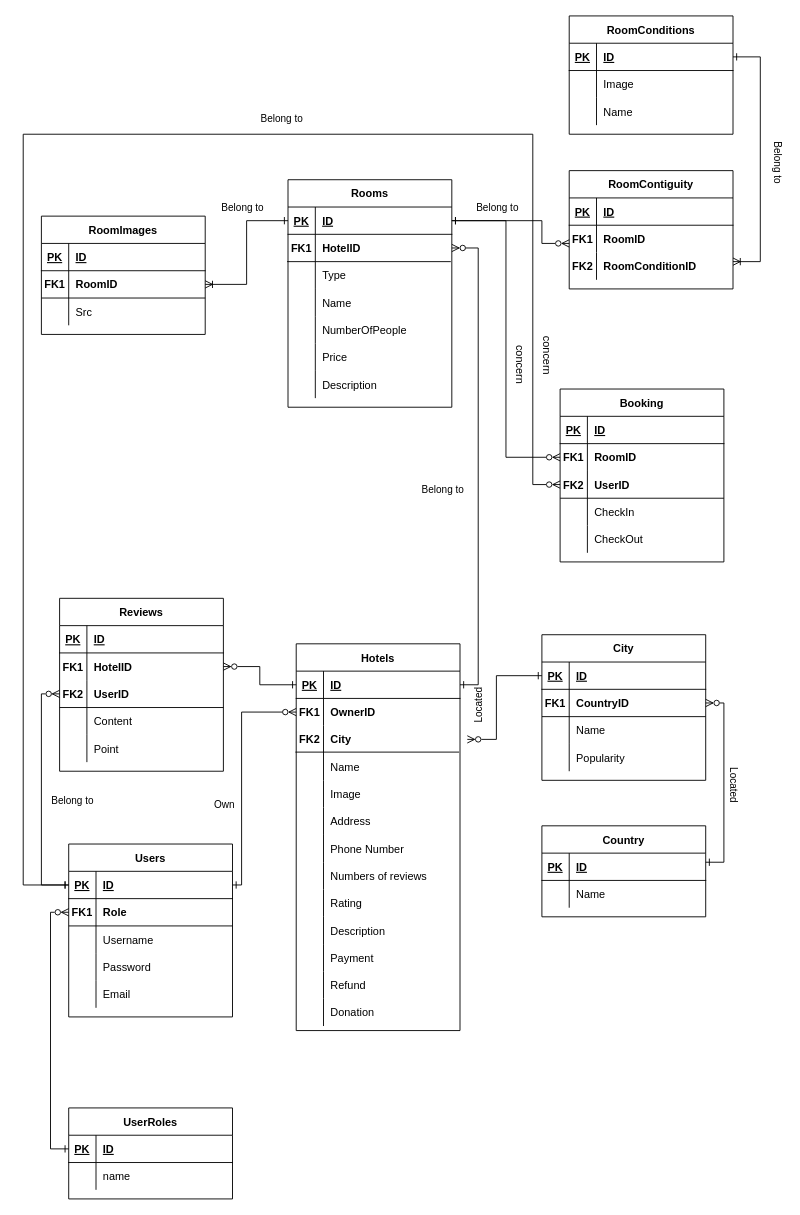
semwett0301/booking-java-back keeps this draw.io diagram as documentation/datalogical_diagram.drawio. Above is the earlier version. Source tidied: cells renumbered, new cells numbered last; positions are measured from the earlier drawing's top-left corner, leaving out a move shared by most shapes. Both pictures are drawn from the tidied source at 91%, with x=0, y=0 at pixel (23, 15).
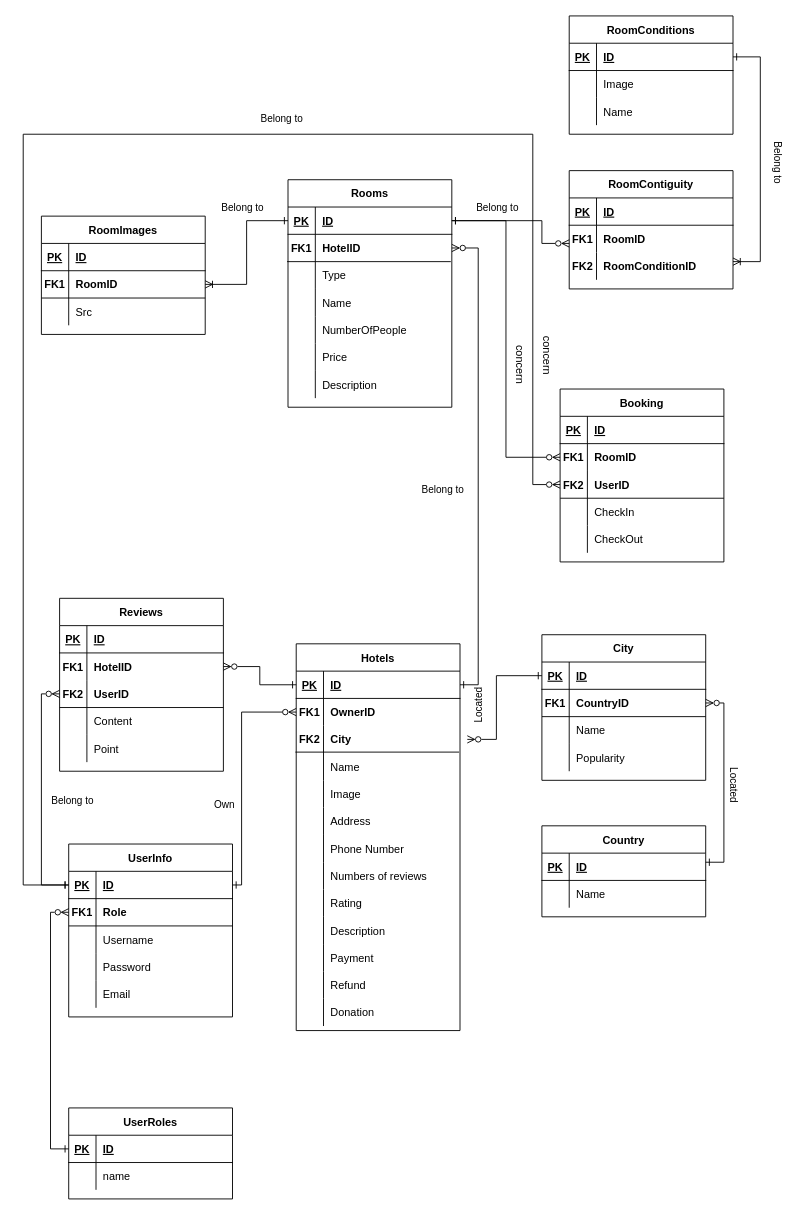
The same page after the edit.

Diff of the diagram source:
```diff
@@
-    <mxCell id="43" value="Users" style="shape=table;startSize=30;childLayout=tableLayout;rowLines=0;fontStyle=1;align=center;" parent="1" vertex="1">
+    <mxCell id="43" value="UserInfo" style="shape=table;startSize=30;childLayout=tableLayout;rowLines=0;fontStyle=1;align=center;" parent="1" vertex="1">
       <mxGeometry x="50" y="910" width="180" height="190" as="geometry" />
     </mxCell>
```
